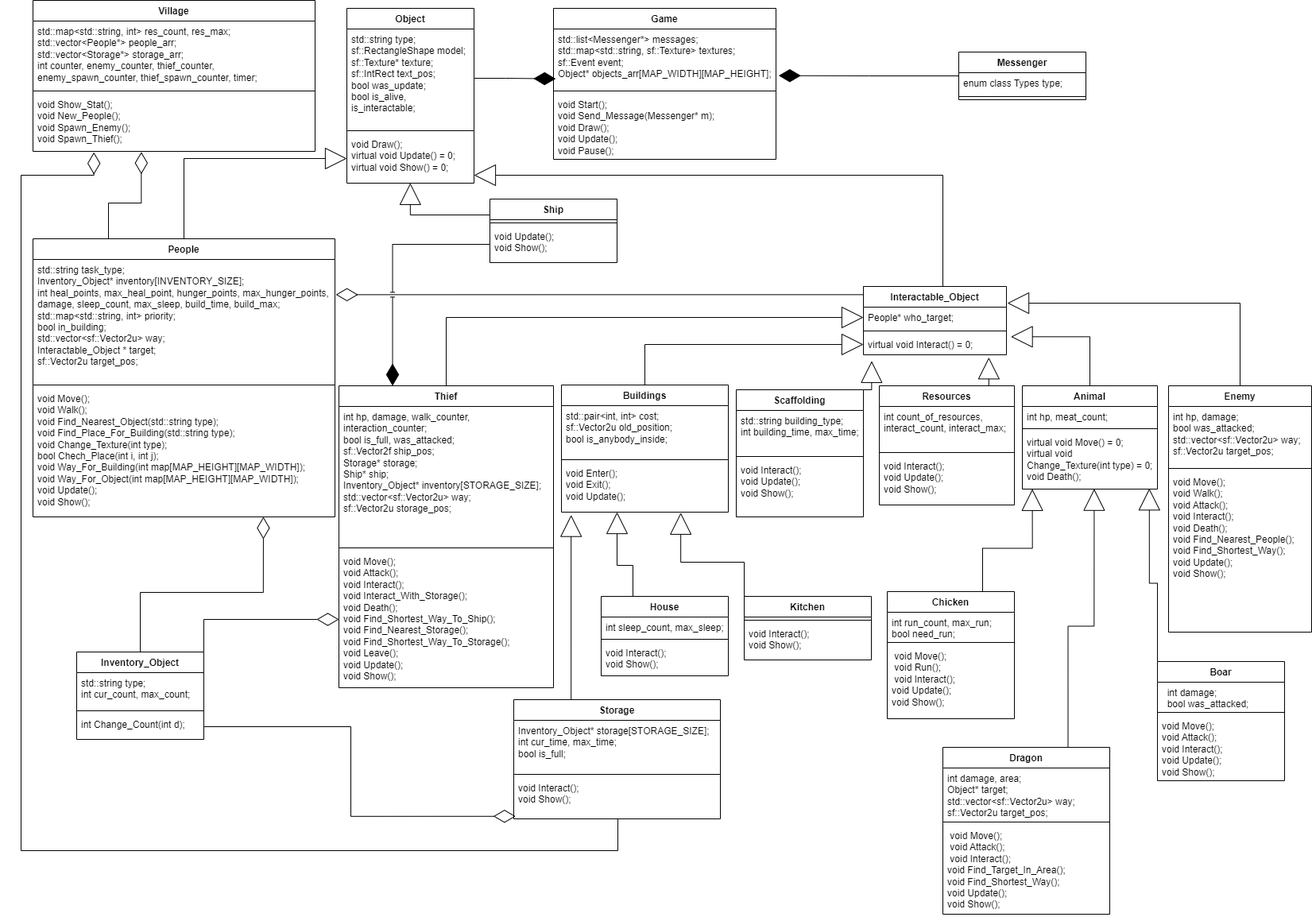
Earlier version of the draw.io export diagram.drawio.png (Darber32/Colony-Simulation). Source tidied: cells renumbered, new cells last; positions are measured from the earlier drawing's top-left corner, leaving out a move shared by most shapes.
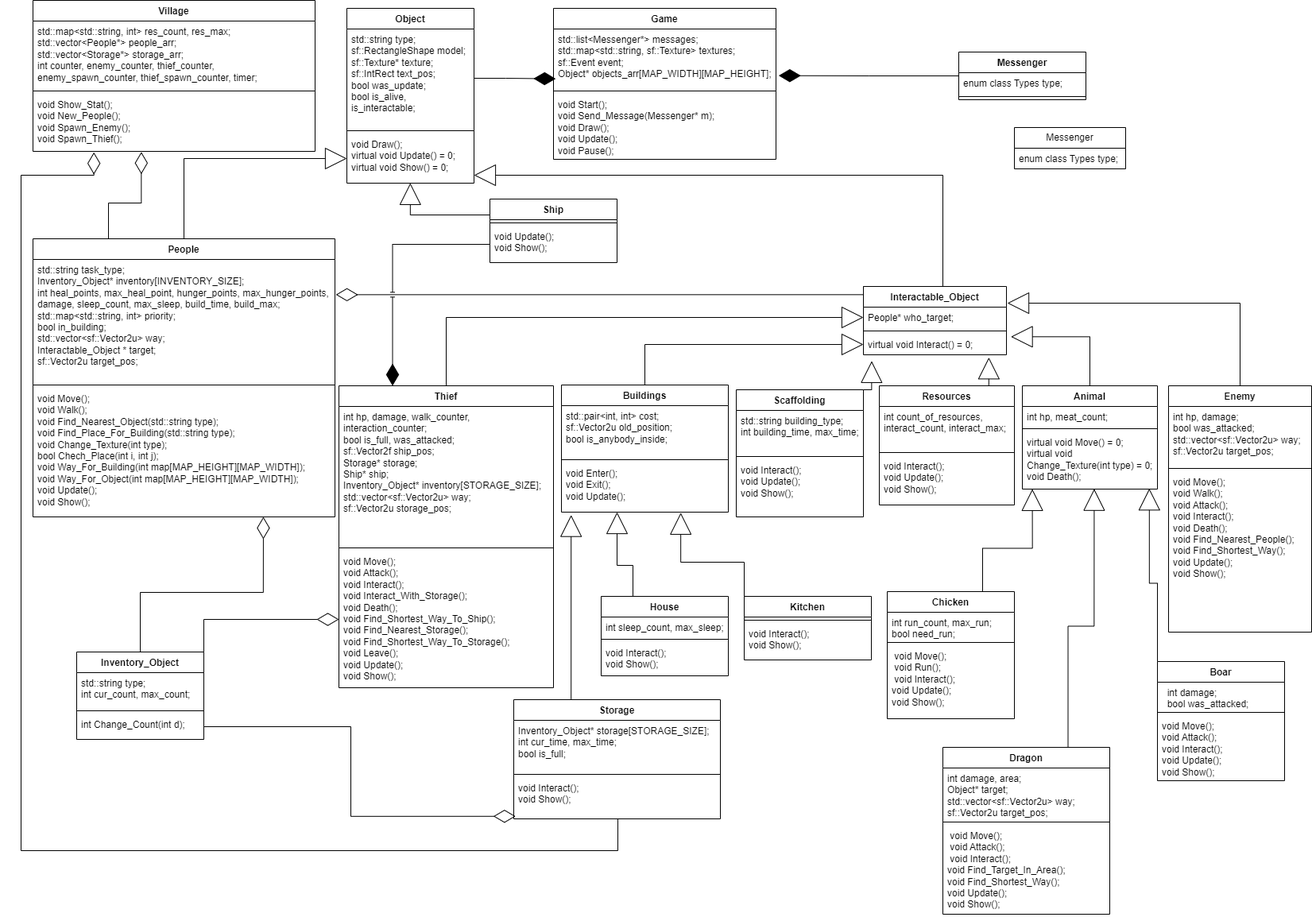
After the change.

Diff of the diagram source:
```diff
@@ -331,5 +331,11 @@
     <mxCell id="102" style="edgeStyle=orthogonalEdgeStyle;rounded=0;jettySize=auto;html=1;entryX=1.012;entryY=0.793;entryDx=0;entryDy=0;entryPerimeter=0;endArrow=diamondThin;endFill=1;endSize=25;" parent="1" edge="1" source="99" target="3">
       <mxGeometry relative="1" as="geometry" />
     </mxCell>
+    <mxCell id="103" value="Messenger" style="swimlane;fontStyle=0;horizontal=1;startSize=26;fillColor=none;whiteSpace=wrap;html=1;" parent="1" vertex="1">
+      <mxGeometry x="1250" y="160" width="140" height="52" as="geometry" />
+    </mxCell>
+    <mxCell id="104" value="enum class Types type;" style="text;strokeColor=none;fillColor=none;align=left;verticalAlign=top;spacingLeft=4;spacingRight=4;overflow=hidden;whiteSpace=wrap;html=1;" parent="103" vertex="1">
+      <mxGeometry y="26" width="140" height="26" as="geometry" />
+    </mxCell>
   </root>
 </mxGraphModel>
```
